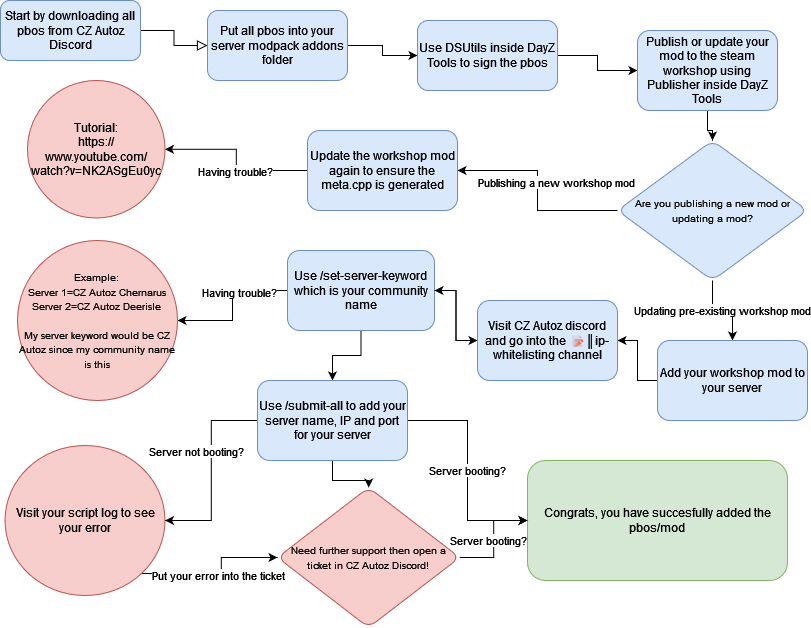
The draw.io diagram CZ Autoz Cars Diagnosis.png in CertifiedCallatic/CZ-Autoz, before a commit. Source tidied: cells renumbered, new cells last; positions are measured from the earlier drawing's top-left corner, leaving out a move shared by most shapes.
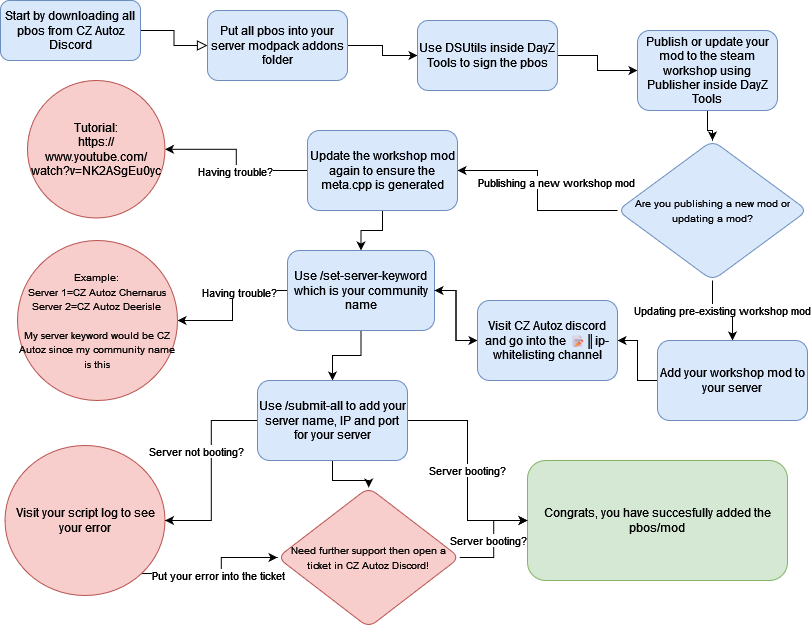
The same diagram one commit later.

Change to the diagram source:
```diff
@@ -48,6 +48,9 @@
         <mxPoint x="-14" y="3" as="offset" />
       </mxGeometry>
     </mxCell>
+    <mxCell id="40" style="edgeStyle=orthogonalEdgeStyle;rounded=0;jettySize=auto;html=1;" parent="1" edge="1" source="16" target="22">
+      <mxGeometry relative="1" as="geometry" />
+    </mxCell>
     <mxCell id="16" value="Update the workshop mod again to ensure the meta.cpp is generated" style="whiteSpace=wrap;html=1;fillColor=#dae8fc;strokeColor=#6c8ebf;rounded=1;" parent="1" vertex="1">
       <mxGeometry x="307" y="130" width="150" height="80" as="geometry" />
     </mxCell>
```
